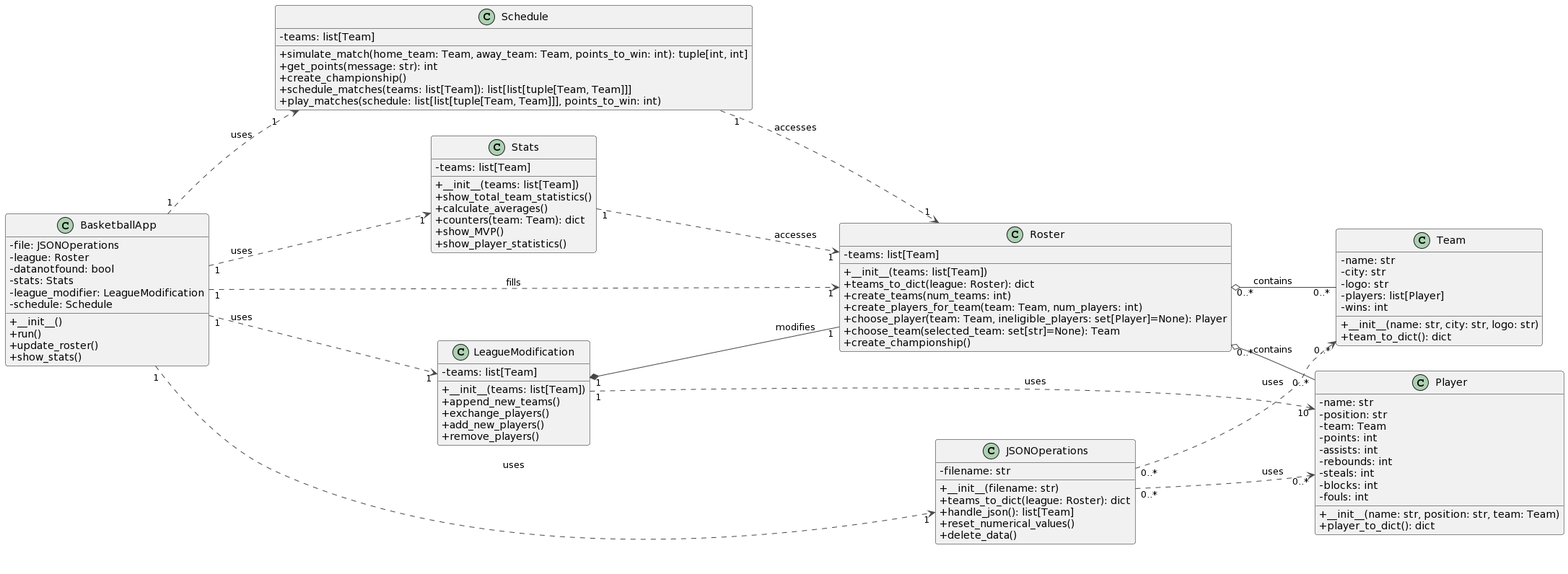
The PlantUML diagram 2paradoteo/Class Diagram/Class DIagram.png in KotsiosDimis/Basketball-system, before a commit.
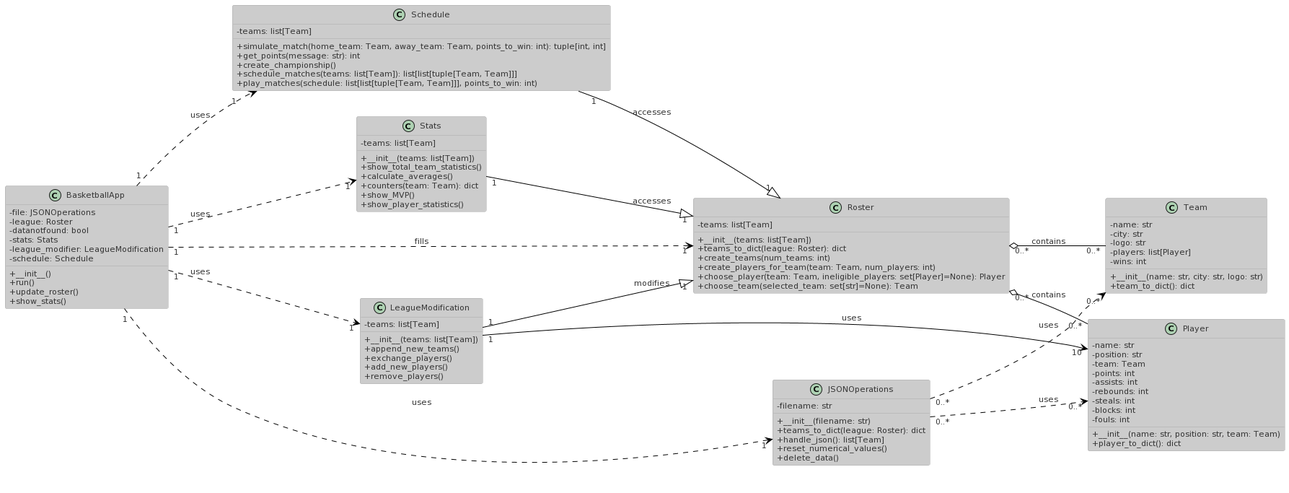
Above is the later version.

Commit message:
Updated Class Diagram

The edit, as a diff of the source:
```diff
@@ -1,5 +1,5 @@
 @startuml
-!theme vibrant
+!theme reddress-lightblue
 left to right direction
 hide empty members
 skinparam classAttributeIconSize 0
@@ -36,7 +36,6 @@
   + create_players_for_team(team: Team, num_players: int)
   + choose_player(team: Team, ineligible_players: set[Player]=None): Player
   + choose_team(selected_team: set[str]=None): Team
-  + create_championship()
 }
 
 class Schedule {
@@ -92,14 +91,14 @@
 
 
 
-Schedule "1" ..> "1" Roster: accesses
+Schedule "1" --|> "1" Roster: accesses
 
 
 
-LeagueModification "1" *-- "1" Roster: modifies
-LeagueModification "1" ..> "10" Player: uses
+LeagueModification "1" --|> "1" Roster: modifies
+LeagueModification "1" --> "10" Player: uses
 
-Stats "1" ..> "1" Roster: accesses
+Stats "1" --|> "1" Roster: accesses
 
 JSONOperations "0..*" ..> "0..*" Team: uses
 JSONOperations "0..*" ..> "0..*" Player: uses
```
